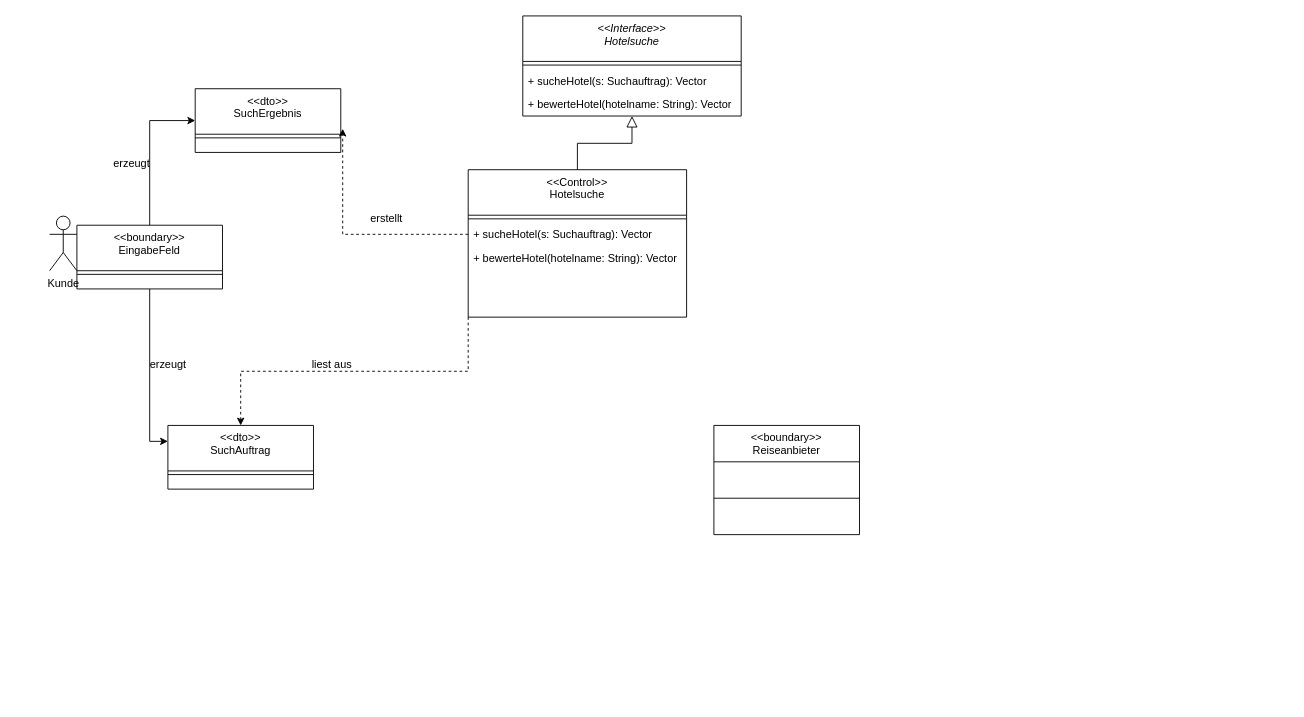
dhefel2s/Hbrs keeps this draw.io diagram as 8.2.drawio. Above is the earlier version. Source tidied: cells renumbered, new cells numbered last; positions are measured from the earlier drawing's top-left corner, leaving out a move shared by most shapes. Both pictures are drawn from the tidied source at 91%, with x=0, y=0 at pixel (49, 15).
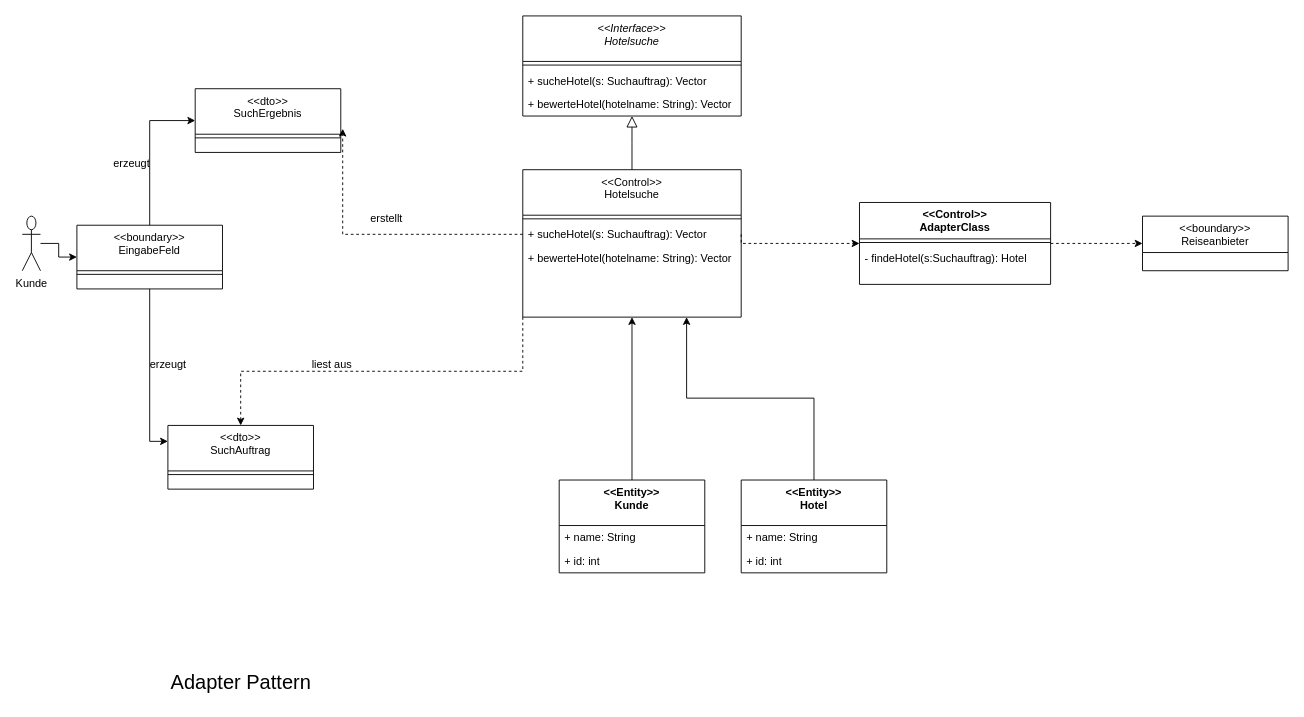
The same page after the edit.

Unchanged cells that the change refers to:
```xml
<mxCell id="9" value="+ sucheHotel(s: Suchauftrag): Vector" style="text;align=left;verticalAlign=top;spacingLeft=4;spacingRight=4;overflow=hidden;points=[[0,0.5],[1,0.5]];portConstraint=eastwest;" parent="7" vertex="1">
  <mxGeometry y="58" width="240" height="26" as="geometry" />
</mxCell>
<mxCell id="21" value="&lt;&lt;boundary&gt;&gt;&#10;EingabeFeld" style="swimlane;fontStyle=0;align=center;verticalAlign=top;horizontal=1;startSize=50;rounded=0;shadow=0;strokeWidth=1;" parent="1" vertex="1">
  <mxGeometry x="30" y="230" width="160" height="70" as="geometry" />
</mxCell>
```

The edit, as a diff of the source:
```diff
@@
     <mxCell id="7" value="&lt;&lt;Control&gt;&gt;&#10;Hotelsuche" style="swimlane;fontStyle=0;align=center;verticalAlign=top;horizontal=1;startSize=50;rounded=0;shadow=0;strokeWidth=1;" parent="1" vertex="1">
-      <mxGeometry x="460" y="169" width="240" height="162" as="geometry" />
+      <mxGeometry x="520" y="169" width="240" height="162" as="geometry" />
     </mxCell>
@@
     <mxCell id="12" value="&lt;&lt;boundary&gt;&gt;&#10;Reiseanbieter" style="swimlane;fontStyle=0;align=center;verticalAlign=top;horizontal=1;startSize=40;rounded=0;shadow=0;strokeWidth=1;" parent="1" vertex="1">
-      <mxGeometry x="730" y="450" width="160" height="120" as="geometry" />
+      <mxGeometry x="1201" y="220" width="160" height="60" as="geometry" />
     </mxCell>
-    <mxCell id="13" style="line;html=1;strokeWidth=1;align=left;verticalAlign=middle;spacingTop=-1;spacingLeft=3;spacingRight=3;labelPosition=right;" parent="12" vertex="1">
-      <mxGeometry y="40" width="160" height="80" as="geometry" />
-    </mxCell>
@@
+    <mxCell id="28" style="edgeStyle=orthogonalEdgeStyle;rounded=0;jettySize=auto;html=1;" parent="1" edge="1" source="20" target="21">
+      <mxGeometry relative="1" as="geometry" />
+    </mxCell>
     <mxCell id="20" value="Kunde" style="shape=umlActor;verticalLabelPosition=bottom;verticalAlign=top;html=1;outlineConnect=0;" parent="1" vertex="1">
-      <mxGeometry y="220" width="30" height="60" as="geometry" />
+      <mxGeometry x="-30" y="220" width="20" height="60" as="geometry" />
     </mxCell>
@@
+    <mxCell id="29" style="edgeStyle=orthogonalEdgeStyle;rounded=0;jettySize=auto;html=1;entryX=0.5;entryY=1;entryDx=0;entryDy=0;" parent="1" edge="1" source="30" target="7">
+      <mxGeometry relative="1" as="geometry" />
+    </mxCell>
+    <mxCell id="30" value="&amp;lt;&amp;lt;Entity&amp;gt;&amp;gt;&lt;br&gt;Kunde" style="swimlane;fontStyle=1;align=center;verticalAlign=top;horizontal=1;startSize=50;whiteSpace=wrap;html=1;" parent="1" vertex="1">
+      <mxGeometry x="560" y="510" width="160" height="102" as="geometry" />
+    </mxCell>
+    <mxCell id="31" value="+ name: String" style="text;strokeColor=none;fillColor=none;align=left;verticalAlign=top;spacingLeft=4;spacingRight=4;overflow=hidden;whiteSpace=wrap;html=1;" parent="30" vertex="1">
+      <mxGeometry y="50" width="160" height="26" as="geometry" />
+    </mxCell>
+    <mxCell id="32" value="+ id: int" style="text;strokeColor=none;fillColor=none;align=left;verticalAlign=top;spacingLeft=4;spacingRight=4;overflow=hidden;whiteSpace=wrap;html=1;" parent="30" vertex="1">
+      <mxGeometry y="76" width="160" height="26" as="geometry" />
+    </mxCell>
+    <mxCell id="33" style="edgeStyle=orthogonalEdgeStyle;rounded=0;jettySize=auto;html=1;" parent="1" edge="1" source="34">
+      <mxGeometry relative="1" as="geometry">
+        <mxPoint x="700" y="331" as="targetPoint" />
+        <Array as="points">
+          <mxPoint x="840" y="420" />
+          <mxPoint x="700" y="420" />
+          <mxPoint x="700" y="331" />
+        </Array>
+      </mxGeometry>
+    </mxCell>
+    <mxCell id="34" value="&amp;lt;&amp;lt;Entity&amp;gt;&amp;gt;&lt;br&gt;Hotel" style="swimlane;fontStyle=1;align=center;verticalAlign=top;horizontal=1;startSize=50;whiteSpace=wrap;html=1;" parent="1" vertex="1">
+      <mxGeometry x="760" y="510" width="160" height="102" as="geometry" />
+    </mxCell>
+    <mxCell id="35" value="+ name: String" style="text;strokeColor=none;fillColor=none;align=left;verticalAlign=top;spacingLeft=4;spacingRight=4;overflow=hidden;whiteSpace=wrap;html=1;" parent="34" vertex="1">
+      <mxGeometry y="50" width="160" height="26" as="geometry" />
+    </mxCell>
+    <mxCell id="36" value="+ id: int" style="text;strokeColor=none;fillColor=none;align=left;verticalAlign=top;spacingLeft=4;spacingRight=4;overflow=hidden;whiteSpace=wrap;html=1;" parent="34" vertex="1">
+      <mxGeometry y="76" width="160" height="26" as="geometry" />
+    </mxCell>
+    <mxCell id="37" style="edgeStyle=orthogonalEdgeStyle;rounded=0;jettySize=auto;html=1;entryX=0;entryY=0.5;entryDx=0;entryDy=0;dashed=1;" parent="1" edge="1" source="38" target="12">
+      <mxGeometry relative="1" as="geometry" />
+    </mxCell>
+    <mxCell id="38" value="&amp;lt;&amp;lt;Control&amp;gt;&amp;gt;&lt;br&gt;AdapterClass" style="swimlane;fontStyle=1;align=center;verticalAlign=top;horizontal=1;startSize=40;whiteSpace=wrap;html=1;" parent="1" vertex="1">
+      <mxGeometry x="890" y="205" width="210" height="90" as="geometry" />
+    </mxCell>
+    <mxCell id="39" style="line;strokeWidth=1;fillColor=none;align=left;verticalAlign=middle;spacingTop=-1;spacingLeft=3;spacingRight=3;labelPosition=right;strokeColor=inherit;" parent="38" vertex="1">
+      <mxGeometry y="40" width="210" height="8" as="geometry" />
+    </mxCell>
+    <mxCell id="40" value="- findeHotel(s:Suchauftrag): Hotel" style="text;strokeColor=none;fillColor=none;align=left;verticalAlign=top;spacingLeft=4;spacingRight=4;overflow=hidden;whiteSpace=wrap;html=1;" parent="38" vertex="1">
+      <mxGeometry y="48" width="210" height="42" as="geometry" />
+    </mxCell>
+    <mxCell id="41" style="edgeStyle=orthogonalEdgeStyle;rounded=0;jettySize=auto;html=1;exitX=1;exitY=0.5;exitDx=0;exitDy=0;entryX=0;entryY=0.5;entryDx=0;entryDy=0;dashed=1;" parent="1" edge="1" source="9" target="38">
+      <mxGeometry relative="1" as="geometry">
+        <Array as="points">
+          <mxPoint x="760" y="250" />
+        </Array>
+      </mxGeometry>
+    </mxCell>
+    <mxCell id="42" value="&lt;font style=&quot;font-size: 22px;&quot;&gt;Adapter Pattern&lt;/font&gt;" style="text;html=1;align=center;verticalAlign=middle;strokeColor=none;fillColor=none;" parent="1" vertex="1">
+      <mxGeometry x="120" y="713" width="180" height="40" as="geometry" />
+    </mxCell>
```
